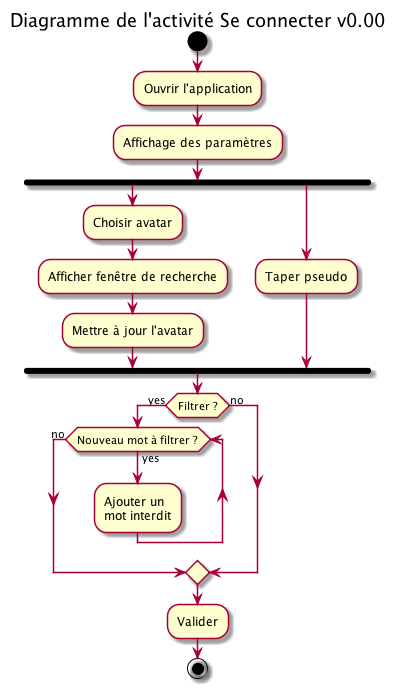
Above: DC/diagrammes/activity-settings-diag.png in gdarchen/WhatsASI (PlantUML), before the change.
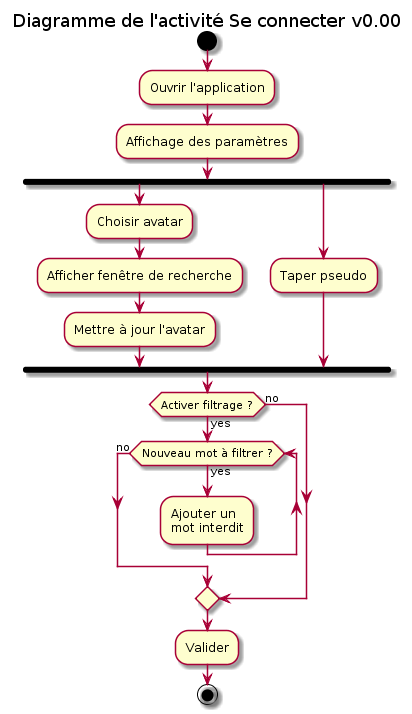
After the commit.

Commit message:
Diagrammes màj et dcs

What changed in the source:
```diff
@@ -11,7 +11,7 @@
 fork again
   :Taper pseudo;
 endfork
-if (Filtrer ?) then (yes)
+if (Activer filtrage ?) then (yes)
   while (Nouveau mot à filtrer ?) is (yes)
     :Ajouter un\nmot interdit;
   endwhile(no)
```
